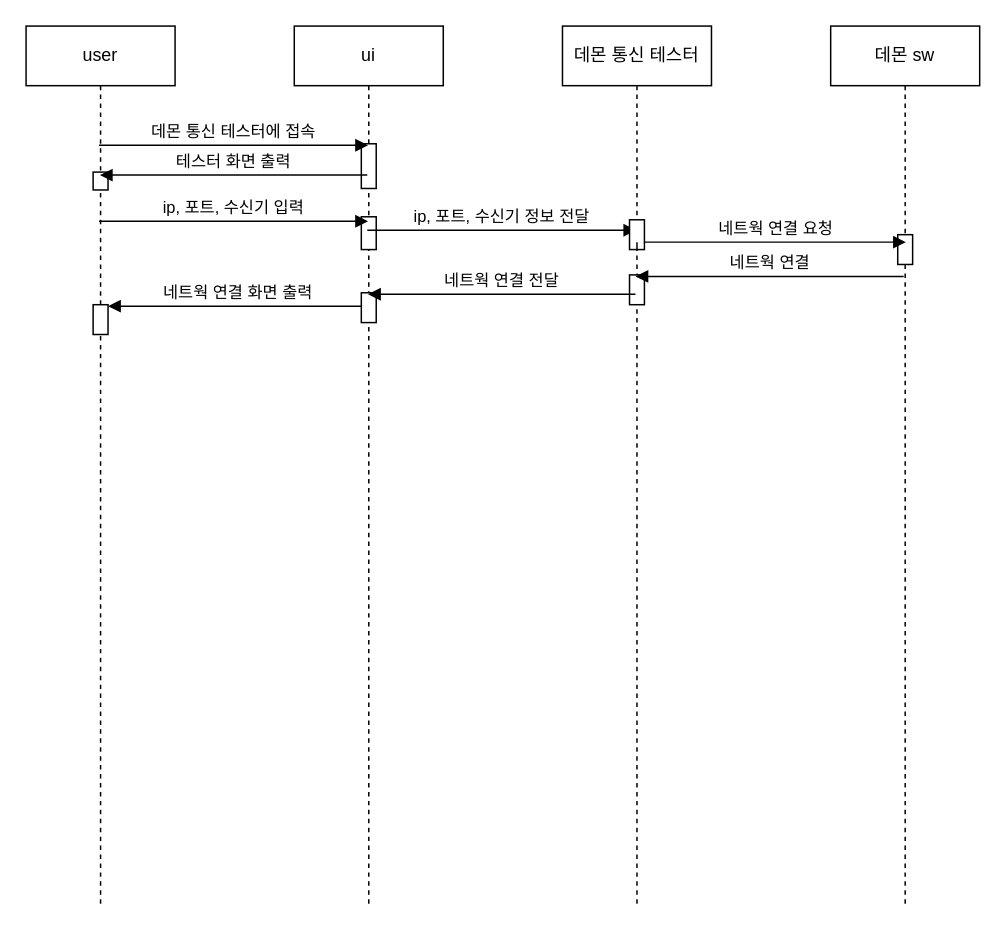
Above: 제목 없는 다이어그램.drawio in sechany2/myfashionstyle (draw.io), before the change. Source tidied: cells renumbered, new cells numbered last; positions are measured from the earlier drawing's top-left corner, leaving out a move shared by most shapes. Both pictures are drawn from the tidied source at 149%, with x=0, y=0 at pixel (25, 25).
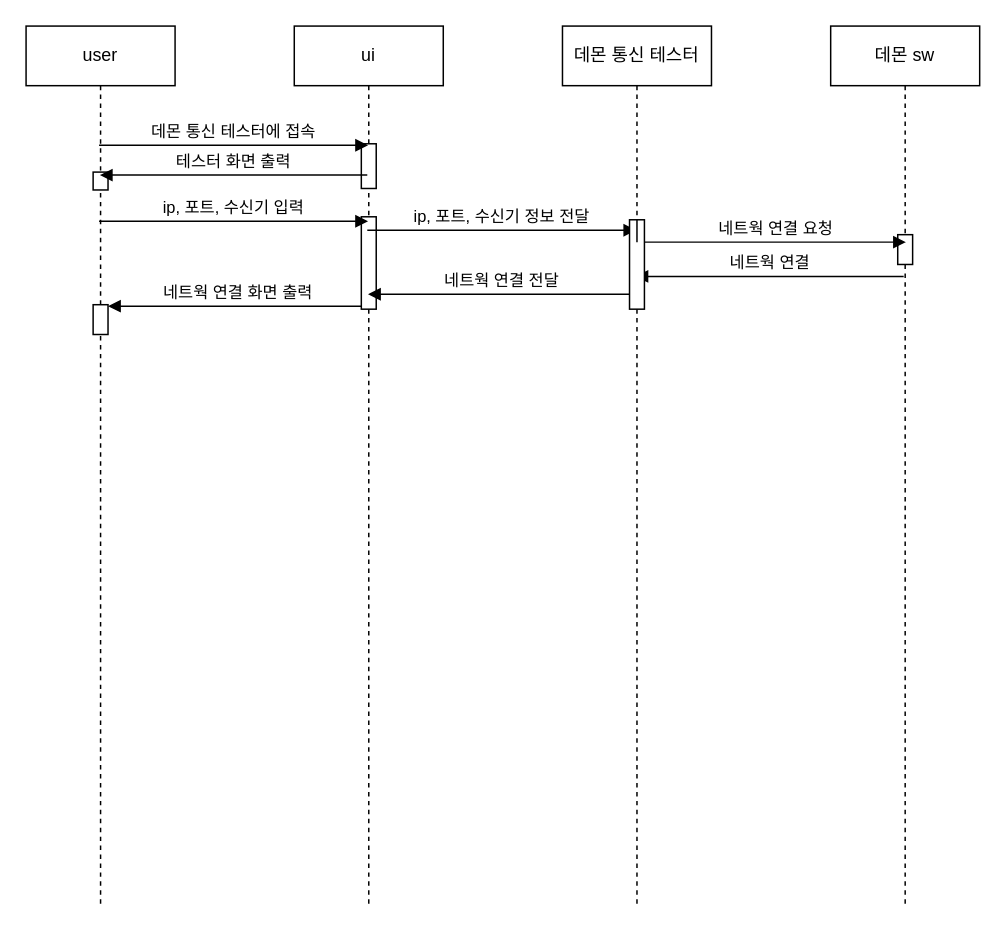
The same diagram, later.

Commit message:
제목 없는 다이어그램.drawio 업데이트

The change refers to these unchanged cells:
```xml
<mxCell id="2" value="ui" style="shape=umlLifeline;perimeter=lifelinePerimeter;whiteSpace=wrap;html=1;outlineConnect=0;" parent="1" vertex="1">
  <mxGeometry x="180" width="100" height="590" as="geometry" />
</mxCell>
<mxCell id="10" value="데몬 통신 테스터" style="shape=umlLifeline;perimeter=lifelinePerimeter;whiteSpace=wrap;html=1;" parent="1" vertex="1">
  <mxGeometry x="360" width="100" height="590" as="geometry" />
</mxCell>
```

Change to the diagram source:
```diff
@@
     <mxCell id="5" style="html=1;perimeter=orthogonalPerimeter;" parent="2" vertex="1">
-      <mxGeometry x="45" y="128" width="10" height="22" as="geometry" />
+      <mxGeometry x="45" y="128" width="10" height="62" as="geometry" />
     </mxCell>
-    <mxCell id="6" style="html=1;perimeter=orthogonalPerimeter;" parent="2" vertex="1">
-      <mxGeometry x="45" y="179" width="10" height="20" as="geometry" />
-    </mxCell>
@@
-    <mxCell id="12" style="html=1;perimeter=orthogonalPerimeter;" parent="10" vertex="1">
-      <mxGeometry x="45" y="167" width="10" height="20" as="geometry" />
-    </mxCell>
@@
     <mxCell id="21" style="html=1;points=[];perimeter=orthogonalPerimeter;" parent="1" vertex="1">
-      <mxGeometry x="405" y="130" width="10" height="20" as="geometry" />
+      <mxGeometry x="405" y="130" width="10" height="60" as="geometry" />
     </mxCell>
```
